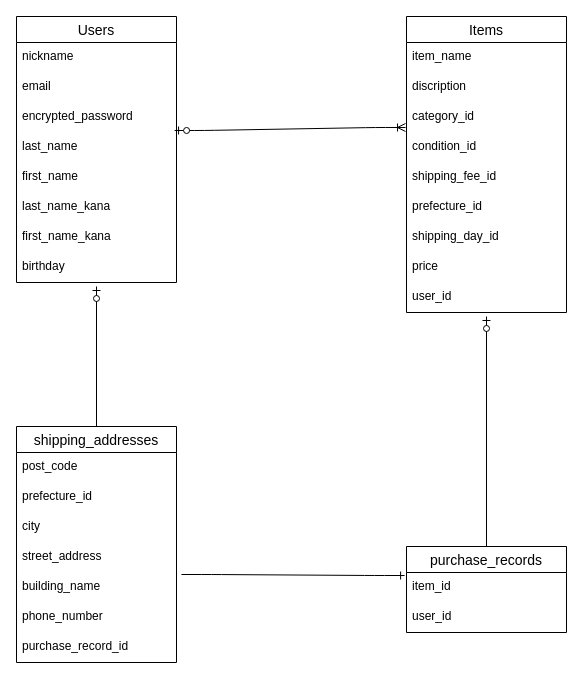
kenjii-tech/furima-41352 keeps this draw.io diagram as furima.dio. Above is the earlier version. Source tidied: cells renumbered, new cells numbered last; positions are measured from the earlier drawing's top-left corner, leaving out a move shared by most shapes. Both pictures are drawn from the tidied source at 100%, with x=0, y=0 at pixel (16, 16).
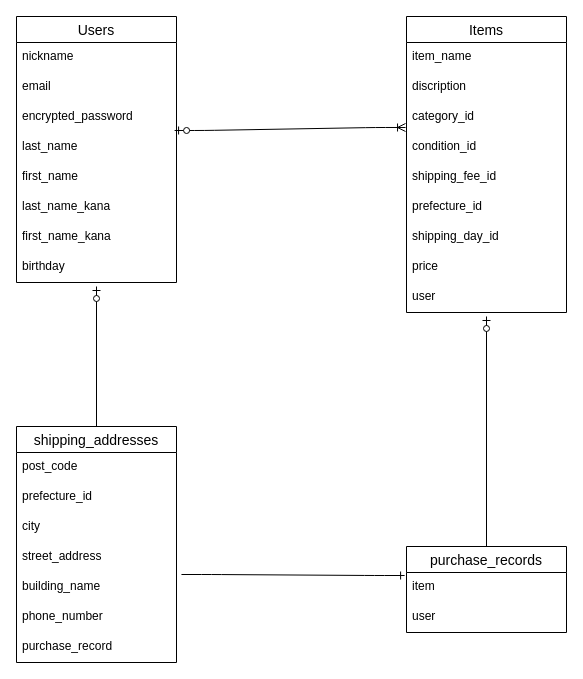
The same page after the edit.

Commit message (it also covers changes not shown here):
ER図、READMEの修正_6

Unchanged cells that the change refers to:
```xml
<mxCell id="11" value="Items" style="swimlane;fontStyle=0;horizontal=1;startSize=26;align=center;fontSize=14;" parent="1" vertex="1">
  <mxGeometry x="390" width="160" height="296" as="geometry" />
</mxCell>
<mxCell id="21" value="purchase_records" style="swimlane;fontStyle=0;horizontal=1;startSize=26;align=center;fontSize=14;" parent="1" vertex="1">
  <mxGeometry x="390" y="530" width="160" height="86" as="geometry" />
</mxCell>
<mxCell id="24" value="shipping_addresses" style="swimlane;fontStyle=0;horizontal=1;startSize=26;align=center;fontSize=14;" parent="1" vertex="1">
  <mxGeometry y="410" width="160" height="236" as="geometry" />
</mxCell>
```

Change to the diagram source:
```diff
@@
-    <mxCell id="20" value="user_id" style="text;strokeColor=none;fillColor=none;spacingLeft=4;spacingRight=4;overflow=hidden;points=[[0,0.5],[1,0.5]];portConstraint=eastwest;fontSize=12;" parent="11" vertex="1">
+    <mxCell id="20" value="user" style="text;strokeColor=none;fillColor=none;spacingLeft=4;spacingRight=4;overflow=hidden;points=[[0,0.5],[1,0.5]];portConstraint=eastwest;fontSize=12;" parent="11" vertex="1">
       <mxGeometry y="266" width="160" height="30" as="geometry" />
     </mxCell>
@@
-    <mxCell id="22" value="item_id" style="text;strokeColor=none;fillColor=none;spacingLeft=4;spacingRight=4;overflow=hidden;fontSize=12;" parent="21" vertex="1">
+    <mxCell id="22" value="item" style="text;strokeColor=none;fillColor=none;spacingLeft=4;spacingRight=4;overflow=hidden;fontSize=12;" parent="21" vertex="1">
       <mxGeometry y="26" width="160" height="30" as="geometry" />
     </mxCell>
-    <mxCell id="23" value="user_id" style="text;strokeColor=none;fillColor=none;spacingLeft=4;spacingRight=4;overflow=hidden;fontSize=12;" parent="21" vertex="1">
+    <mxCell id="23" value="user" style="text;strokeColor=none;fillColor=none;spacingLeft=4;spacingRight=4;overflow=hidden;fontSize=12;" parent="21" vertex="1">
       <mxGeometry y="56" width="160" height="30" as="geometry" />
     </mxCell>
@@
-    <mxCell id="31" value="purchase_record_id" style="text;strokeColor=none;fillColor=none;spacingLeft=4;spacingRight=4;overflow=hidden;fontSize=12;" parent="24" vertex="1">
+    <mxCell id="31" value="purchase_record" style="text;strokeColor=none;fillColor=none;spacingLeft=4;spacingRight=4;overflow=hidden;fontSize=12;" parent="24" vertex="1">
       <mxGeometry y="206" width="160" height="30" as="geometry" />
     </mxCell>
```
